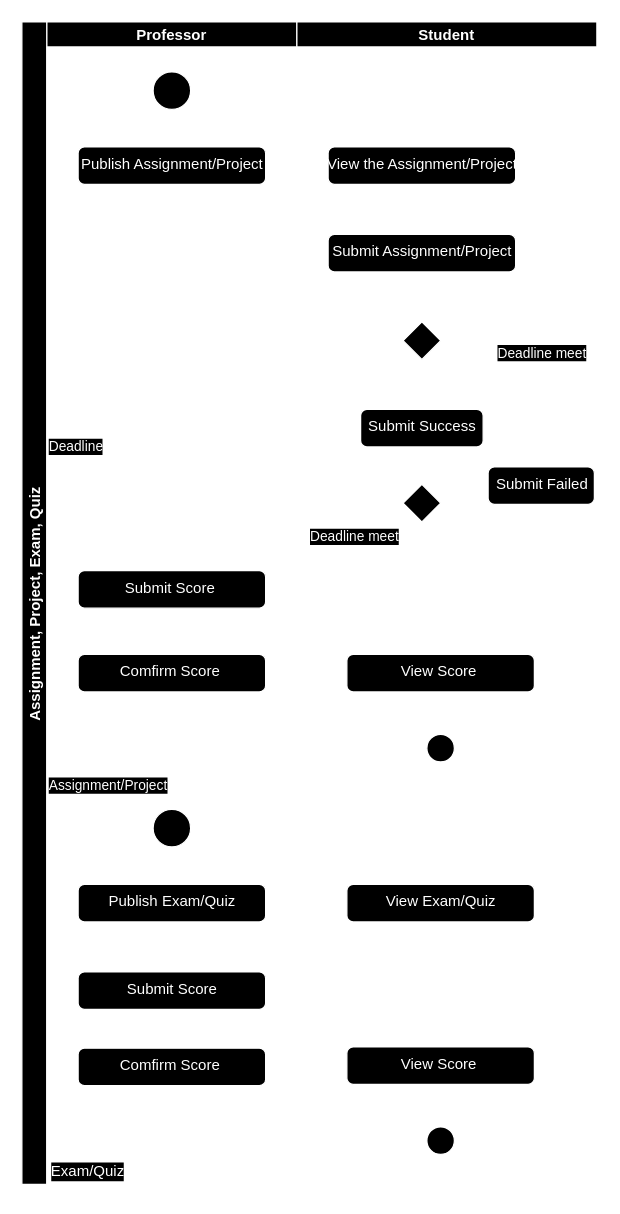
Above: Web/ManagementSystem/Backend/doc/image/assignment.drawio in SolarSword/CourseProject (draw.io), before the change. Source tidied: cells renumbered, new cells numbered last; positions are measured from the earlier drawing's top-left corner, leaving out a move shared by most shapes. Both pictures are drawn from the tidied source at 125%, with x=0, y=0 at pixel (21, 21).
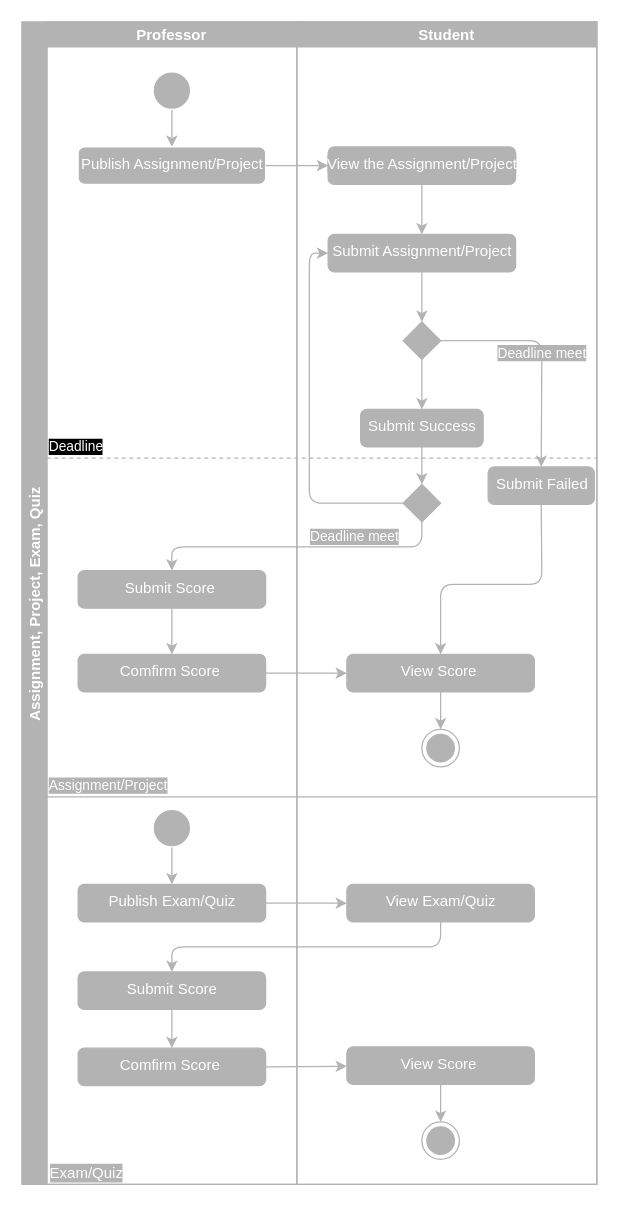
After the change.

Commit message (it also covers changes not shown here):
change the flow chart

The edit, as a diff of the source:
```diff
@@
-    <mxCell id="2" value="Assignment, Project, Exam, Quiz" style="swimlane;startSize=20;horizontal=0;fillColor=#000000;strokeColor=#FFFFFF;fontColor=#FFFFFF;" parent="1" vertex="1">
+    <mxCell id="2" value="Assignment, Project, Exam, Quiz" style="swimlane;startSize=20;horizontal=0;fillColor=#B3B3B3;strokeColor=#B3B3B3;fontColor=#FFFFFF;" parent="1" vertex="1">
       <mxGeometry width="460" height="930" as="geometry" />
     </mxCell>
-    <mxCell id="3" value="Professor" style="swimlane;startSize=20;fillColor=#000000;strokeColor=#FFFFFF;fontColor=#FFFFFF;" parent="2" vertex="1">
+    <mxCell id="3" value="Professor" style="swimlane;startSize=20;fillColor=#B3B3B3;strokeColor=#B3B3B3;fontColor=#FFFFFF;" parent="2" vertex="1">
       <mxGeometry x="20" width="200" height="930" as="geometry" />
     </mxCell>
-    <mxCell id="4" style="edgeStyle=none;html=1;exitX=0.5;exitY=1;exitDx=0;exitDy=0;entryX=0.5;entryY=0;entryDx=0;entryDy=0;fontColor=#FFFFFF;strokeColor=#FFFFFF;" parent="3" edge="1" source="5" target="6">
+    <mxCell id="4" style="edgeStyle=none;html=1;exitX=0.5;exitY=1;exitDx=0;exitDy=0;entryX=0.5;entryY=0;entryDx=0;entryDy=0;fontColor=#FFFFFF;strokeColor=#B3B3B3;labelBackgroundColor=#B3B3B3;" parent="3" edge="1" source="5" target="6">
       <mxGeometry relative="1" as="geometry" />
     </mxCell>
-    <mxCell id="5" style="ellipse;fillColor=#000000;fontColor=#FFFFFF;strokeColor=#FFFFFF;" parent="3" vertex="1">
+    <mxCell id="5" style="ellipse;fillColor=#B3B3B3;fontColor=#FFFFFF;strokeColor=#FFFFFF;labelBackgroundColor=#B3B3B3;" parent="3" vertex="1">
       <mxGeometry x="85" y="40" width="30" height="30" as="geometry" />
     </mxCell>
-    <mxCell id="6" value="Publish Assignment/Project" style="html=1;align=center;verticalAlign=top;rounded=1;absoluteArcSize=1;arcSize=10;dashed=0;fillColor=#000000;fontColor=#FFFFFF;strokeColor=#FFFFFF;" parent="3" vertex="1">
+    <mxCell id="6" value="Publish Assignment/Project" style="html=1;align=center;verticalAlign=top;rounded=1;absoluteArcSize=1;arcSize=10;dashed=0;fillColor=#B3B3B3;fontColor=#FFFFFF;strokeColor=#FFFFFF;labelBackgroundColor=#B3B3B3;" parent="3" vertex="1">
       <mxGeometry x="25" y="100" width="150" height="30" as="geometry" />
     </mxCell>
-    <mxCell id="7" style="edgeStyle=none;html=1;exitX=0.5;exitY=1;exitDx=0;exitDy=0;entryX=0.5;entryY=0;entryDx=0;entryDy=0;fontColor=#FFFFFF;strokeColor=#FFFFFF;" parent="3" edge="1" source="8" target="9">
+    <mxCell id="7" style="edgeStyle=none;html=1;exitX=0.5;exitY=1;exitDx=0;exitDy=0;entryX=0.5;entryY=0;entryDx=0;entryDy=0;fontColor=#FFFFFF;strokeColor=#B3B3B3;" parent="3" edge="1" source="8" target="9">
       <mxGeometry relative="1" as="geometry" />
     </mxCell>
-    <mxCell id="8" value="Submit Score&amp;nbsp;" style="html=1;align=center;verticalAlign=top;rounded=1;absoluteArcSize=1;arcSize=10;dashed=0;fillColor=#000000;fontColor=#FFFFFF;strokeColor=#FFFFFF;" parent="3" vertex="1">
+    <mxCell id="8" value="Submit Score&amp;nbsp;" style="html=1;align=center;verticalAlign=top;rounded=1;absoluteArcSize=1;arcSize=10;dashed=0;fillColor=#B3B3B3;fontColor=#FFFFFF;strokeColor=#B3B3B3;labelBackgroundColor=#B3B3B3;" parent="3" vertex="1">
       <mxGeometry x="25" y="439" width="150" height="30" as="geometry" />
     </mxCell>
-    <mxCell id="9" value="Comfirm Score&amp;nbsp;" style="html=1;align=center;verticalAlign=top;rounded=1;absoluteArcSize=1;arcSize=10;dashed=0;fillColor=#000000;strokeColor=#FFFFFF;fontColor=#FFFFFF;" parent="3" vertex="1">
+    <mxCell id="9" value="Comfirm Score&amp;nbsp;" style="html=1;align=center;verticalAlign=top;rounded=1;absoluteArcSize=1;arcSize=10;dashed=0;fillColor=#B3B3B3;strokeColor=#B3B3B3;fontColor=#FFFFFF;" parent="3" vertex="1">
       <mxGeometry x="25" y="506" width="150" height="30" as="geometry" />
     </mxCell>
-    <mxCell id="10" value="Assignment/Project" style="html=1;verticalAlign=bottom;labelBackgroundColor=#000000;endArrow=none;endFill=0;endSize=6;align=left;fontColor=#FFFFFF;strokeColor=#FFFFFF;" parent="3" edge="1">
+    <mxCell id="10" value="Assignment/Project" style="html=1;verticalAlign=bottom;labelBackgroundColor=#B3B3B3;endArrow=none;endFill=0;endSize=6;align=left;fontColor=#FFFFFF;strokeColor=#B3B3B3;" parent="3" edge="1">
       <mxGeometry x="-1" relative="1" as="geometry">
         <mxPoint y="620" as="sourcePoint" />
         <mxPoint x="440" y="620" as="targetPoint" />
       </mxGeometry>
     </mxCell>
-    <mxCell id="11" style="edgeStyle=none;html=1;exitX=0.5;exitY=1;exitDx=0;exitDy=0;entryX=0.5;entryY=0;entryDx=0;entryDy=0;strokeColor=#FFFFFF;fontColor=#FFFFFF;" parent="3" edge="1" source="12" target="13">
+    <mxCell id="11" style="edgeStyle=none;html=1;exitX=0.5;exitY=1;exitDx=0;exitDy=0;entryX=0.5;entryY=0;entryDx=0;entryDy=0;strokeColor=#B3B3B3;fontColor=#FFFFFF;" parent="3" edge="1" source="12" target="13">
       <mxGeometry relative="1" as="geometry" />
     </mxCell>
-    <mxCell id="12" style="ellipse;strokeColor=#FFFFFF;fillColor=#000000;fontColor=#FFFFFF;" parent="3" vertex="1">
+    <mxCell id="12" style="ellipse;strokeColor=#FFFFFF;fillColor=#B3B3B3;fontColor=#FFFFFF;" parent="3" vertex="1">
       <mxGeometry x="85" y="630" width="30" height="30" as="geometry" />
     </mxCell>
-    <mxCell id="13" value="Publish Exam/Quiz" style="html=1;align=center;verticalAlign=top;rounded=1;absoluteArcSize=1;arcSize=10;dashed=0;fillColor=#000000;strokeColor=#FFFFFF;fontColor=#FFFFFF;" parent="3" vertex="1">
+    <mxCell id="13" value="Publish Exam/Quiz" style="html=1;align=center;verticalAlign=top;rounded=1;absoluteArcSize=1;arcSize=10;dashed=0;fillColor=#B3B3B3;strokeColor=#B3B3B3;fontColor=#FFFFFF;" parent="3" vertex="1">
       <mxGeometry x="25" y="690" width="150" height="30" as="geometry" />
     </mxCell>
-    <mxCell id="14" style="edgeStyle=none;html=1;exitX=0.5;exitY=1;exitDx=0;exitDy=0;entryX=0.5;entryY=0;entryDx=0;entryDy=0;strokeColor=#FFFFFF;fontColor=#FFFFFF;" parent="3" edge="1" source="15" target="16">
+    <mxCell id="14" style="edgeStyle=none;html=1;exitX=0.5;exitY=1;exitDx=0;exitDy=0;entryX=0.5;entryY=0;entryDx=0;entryDy=0;strokeColor=#B3B3B3;fontColor=#FFFFFF;" parent="3" edge="1" source="15" target="16">
       <mxGeometry relative="1" as="geometry" />
     </mxCell>
-    <mxCell id="15" value="Submit Score" style="html=1;align=center;verticalAlign=top;rounded=1;absoluteArcSize=1;arcSize=10;dashed=0;fillColor=#000000;strokeColor=#FFFFFF;fontColor=#FFFFFF;" parent="3" vertex="1">
+    <mxCell id="15" value="Submit Score" style="html=1;align=center;verticalAlign=top;rounded=1;absoluteArcSize=1;arcSize=10;dashed=0;fillColor=#B3B3B3;strokeColor=#B3B3B3;fontColor=#FFFFFF;" parent="3" vertex="1">
       <mxGeometry x="25" y="760" width="150" height="30" as="geometry" />
     </mxCell>
-    <mxCell id="16" value="Comfirm Score&amp;nbsp;" style="html=1;align=center;verticalAlign=top;rounded=1;absoluteArcSize=1;arcSize=10;dashed=0;fillColor=#000000;strokeColor=#FFFFFF;fontColor=#FFFFFF;" parent="3" vertex="1">
+    <mxCell id="16" value="Comfirm Score&amp;nbsp;" style="html=1;align=center;verticalAlign=top;rounded=1;absoluteArcSize=1;arcSize=10;dashed=0;fillColor=#B3B3B3;strokeColor=#B3B3B3;fontColor=#FFFFFF;" parent="3" vertex="1">
       <mxGeometry x="25" y="821" width="150" height="30" as="geometry" />
     </mxCell>
-    <mxCell id="17" value="Exam/Quiz" style="text;html=1;strokeColor=none;fillColor=none;align=center;verticalAlign=middle;whiteSpace=wrap;rounded=0;labelBackgroundColor=#000000;fontColor=#FFFFFF;" parent="3" vertex="1">
-      <mxGeometry x="3" y="905" width="60" height="30" as="geometry" />
+    <mxCell id="17" value="Exam/Quiz" style="text;html=1;strokeColor=none;fillColor=none;align=center;verticalAlign=middle;whiteSpace=wrap;rounded=0;labelBackgroundColor=#B3B3B3;fontColor=#FFFFFF;" parent="3" vertex="1">
+      <mxGeometry x="2" y="906" width="60" height="30" as="geometry" />
     </mxCell>
-    <mxCell id="18" style="edgeStyle=none;html=1;exitX=1;exitY=0.5;exitDx=0;exitDy=0;entryX=0;entryY=0.5;entryDx=0;entryDy=0;fontColor=#FFFFFF;strokeColor=#FFFFFF;" parent="2" edge="1" source="6" target="22">
+    <mxCell id="18" style="edgeStyle=none;html=1;exitX=1;exitY=0.5;exitDx=0;exitDy=0;entryX=0;entryY=0.5;entryDx=0;entryDy=0;fontColor=#FFFFFF;strokeColor=#B3B3B3;labelBackgroundColor=#B3B3B3;" parent="2" edge="1" source="6" target="22">
       <mxGeometry relative="1" as="geometry" />
     </mxCell>
-    <mxCell id="19" style="edgeStyle=none;html=1;exitX=1;exitY=0.5;exitDx=0;exitDy=0;entryX=0;entryY=0.5;entryDx=0;entryDy=0;fontColor=#FFFFFF;strokeColor=#FFFFFF;" parent="2" edge="1" source="9" target="33">
+    <mxCell id="19" style="edgeStyle=none;html=1;exitX=1;exitY=0.5;exitDx=0;exitDy=0;entryX=0;entryY=0.5;entryDx=0;entryDy=0;fontColor=#FFFFFF;strokeColor=#B3B3B3;" parent="2" edge="1" source="9" target="33">
       <mxGeometry relative="1" as="geometry" />
     </mxCell>
-    <mxCell id="20" value="Student" style="swimlane;startSize=20;fillColor=#000000;strokeColor=#FFFFFF;fontColor=#FFFFFF;" parent="2" vertex="1">
+    <mxCell id="20" value="Student" style="swimlane;startSize=20;fillColor=#B3B3B3;strokeColor=#B3B3B3;fontColor=#FFFFFF;" parent="2" vertex="1">
       <mxGeometry x="220" width="240" height="930" as="geometry" />
     </mxCell>
-    <mxCell id="21" style="edgeStyle=none;html=1;exitX=0.5;exitY=1;exitDx=0;exitDy=0;entryX=0.5;entryY=0;entryDx=0;entryDy=0;fontColor=#FFFFFF;strokeColor=#FFFFFF;" parent="20" edge="1" source="22" target="24">
+    <mxCell id="21" style="edgeStyle=none;html=1;exitX=0.5;exitY=1;exitDx=0;exitDy=0;entryX=0.5;entryY=0;entryDx=0;entryDy=0;fontColor=#FFFFFF;strokeColor=#B3B3B3;labelBackgroundColor=#B3B3B3;" parent="20" edge="1" source="22" target="24">
       <mxGeometry relative="1" as="geometry" />
     </mxCell>
-    <mxCell id="22" value="View the Assignment/Project" style="html=1;align=center;verticalAlign=top;rounded=1;absoluteArcSize=1;arcSize=10;dashed=0;fillColor=#000000;fontColor=#FFFFFF;strokeColor=#FFFFFF;" parent="20" vertex="1">
+    <mxCell id="22" value="View the Assignment/Project" style="html=1;align=center;verticalAlign=top;rounded=1;absoluteArcSize=1;arcSize=10;dashed=0;fillColor=#B3B3B3;fontColor=#FFFFFF;strokeColor=#B3B3B3;labelBackgroundColor=#B3B3B3;" parent="20" vertex="1">
       <mxGeometry x="25" y="100" width="150" height="30" as="geometry" />
     </mxCell>
-    <mxCell id="23" style="edgeStyle=none;html=1;exitX=0.5;exitY=1;exitDx=0;exitDy=0;entryX=0.5;entryY=0;entryDx=0;entryDy=0;fontColor=#FFFFFF;strokeColor=#FFFFFF;" parent="20" edge="1" source="24" target="27">
+    <mxCell id="23" style="edgeStyle=none;html=1;exitX=0.5;exitY=1;exitDx=0;exitDy=0;entryX=0.5;entryY=0;entryDx=0;entryDy=0;fontColor=#FFFFFF;strokeColor=#B3B3B3;labelBackgroundColor=#B3B3B3;" parent="20" edge="1" source="24" target="27">
       <mxGeometry relative="1" as="geometry" />
     </mxCell>
-    <mxCell id="24" value="Submit Assignment/Project" style="html=1;align=center;verticalAlign=top;rounded=1;absoluteArcSize=1;arcSize=10;dashed=0;fillColor=#000000;fontColor=#FFFFFF;strokeColor=#FFFFFF;" parent="20" vertex="1">
+    <mxCell id="24" value="Submit Assignment/Project" style="html=1;align=center;verticalAlign=top;rounded=1;absoluteArcSize=1;arcSize=10;dashed=0;fillColor=#B3B3B3;fontColor=#FFFFFF;strokeColor=#B3B3B3;labelBackgroundColor=#B3B3B3;" parent="20" vertex="1">
       <mxGeometry x="25" y="170" width="150" height="30" as="geometry" />
     </mxCell>
-    <mxCell id="25" value="Deadline meet" style="edgeStyle=none;html=1;exitX=1;exitY=0.5;exitDx=0;exitDy=0;entryX=0.5;entryY=0;entryDx=0;entryDy=0;fontColor=#FFFFFF;fillColor=none;labelBackgroundColor=#000000;strokeColor=#FFFFFF;" parent="20" edge="1" source="27" target="29">
+    <mxCell id="25" value="Deadline meet" style="edgeStyle=none;html=1;exitX=1;exitY=0.5;exitDx=0;exitDy=0;entryX=0.5;entryY=0;entryDx=0;entryDy=0;fontColor=#FFFFFF;fillColor=none;labelBackgroundColor=#B3B3B3;strokeColor=#B3B3B3;" parent="20" edge="1" source="27" target="29">
       <mxGeometry relative="1" as="geometry">
         <Array as="points">
           <mxPoint x="196" y="255" />
         </Array>
       </mxGeometry>
     </mxCell>
-    <mxCell id="26" style="edgeStyle=none;html=1;exitX=0.5;exitY=1;exitDx=0;exitDy=0;entryX=0.5;entryY=0;entryDx=0;entryDy=0;fontColor=#FFFFFF;strokeColor=#FFFFFF;" parent="20" edge="1" source="27" target="31">
+    <mxCell id="26" style="edgeStyle=none;html=1;exitX=0.5;exitY=1;exitDx=0;exitDy=0;entryX=0.5;entryY=0;entryDx=0;entryDy=0;fontColor=#FFFFFF;strokeColor=#B3B3B3;labelBackgroundColor=#B3B3B3;" parent="20" edge="1" source="27" target="31">
       <mxGeometry relative="1" as="geometry" />
     </mxCell>
-    <mxCell id="27" style="rhombus;fillColor=#000000;strokeColor=#FFFFFF;" parent="20" vertex="1">
+    <mxCell id="27" style="rhombus;fillColor=#B3B3B3;strokeColor=#B3B3B3;labelBackgroundColor=#B3B3B3;" parent="20" vertex="1">
       <mxGeometry x="85" y="240" width="30" height="30" as="geometry" />
     </mxCell>
-    <mxCell id="28" style="edgeStyle=none;html=1;exitX=0.5;exitY=1;exitDx=0;exitDy=0;entryX=0.5;entryY=0;entryDx=0;entryDy=0;fontColor=#FFFFFF;strokeColor=#FFFFFF;" parent="20" edge="1" source="29" target="33">
+    <mxCell id="28" style="edgeStyle=none;html=1;exitX=0.5;exitY=1;exitDx=0;exitDy=0;entryX=0.5;entryY=0;entryDx=0;entryDy=0;fontColor=#FFFFFF;strokeColor=#B3B3B3;" parent="20" edge="1" source="29" target="33">
       <mxGeometry relative="1" as="geometry">
         <Array as="points">
           <mxPoint x="196" y="450" />
           <mxPoint x="115" y="450" />
         </Array>
       </mxGeometry>
     </mxCell>
-    <mxCell id="29" value="Submit Failed" style="html=1;align=center;verticalAlign=top;rounded=1;absoluteArcSize=1;arcSize=10;dashed=0;fillColor=#000000;fontColor=#FFFFFF;strokeColor=#FFFFFF;" parent="20" vertex="1">
+    <mxCell id="29" value="Submit Failed" style="html=1;align=center;verticalAlign=top;rounded=1;absoluteArcSize=1;arcSize=10;dashed=0;fillColor=#B3B3B3;fontColor=#FFFFFF;strokeColor=#B3B3B3;" parent="20" vertex="1">
       <mxGeometry x="153" y="356" width="85" height="30" as="geometry" />
     </mxCell>
-    <mxCell id="30" style="edgeStyle=none;html=1;exitX=0.5;exitY=1;exitDx=0;exitDy=0;entryX=0.5;entryY=0;entryDx=0;entryDy=0;fontColor=#FFFFFF;strokeColor=#FFFFFF;" parent="20" edge="1" source="31" target="36">
+    <mxCell id="30" style="edgeStyle=none;html=1;exitX=0.5;exitY=1;exitDx=0;exitDy=0;entryX=0.5;entryY=0;entryDx=0;entryDy=0;fontColor=#FFFFFF;strokeColor=#B3B3B3;labelBackgroundColor=#B3B3B3;" parent="20" edge="1" source="31" target="36">
       <mxGeometry relative="1" as="geometry" />
     </mxCell>
-    <mxCell id="31" value="Submit Success" style="html=1;align=center;verticalAlign=top;rounded=1;absoluteArcSize=1;arcSize=10;dashed=0;fillColor=#000000;fontColor=#FFFFFF;strokeColor=#FFFFFF;" parent="20" vertex="1">
+    <mxCell id="31" value="Submit Success" style="html=1;align=center;verticalAlign=top;rounded=1;absoluteArcSize=1;arcSize=10;dashed=0;fillColor=#B3B3B3;fontColor=#FFFFFF;strokeColor=#B3B3B3;labelBackgroundColor=#B3B3B3;" parent="20" vertex="1">
       <mxGeometry x="51" y="310" width="98" height="30" as="geometry" />
     </mxCell>
-    <mxCell id="32" style="edgeStyle=none;html=1;exitX=0.5;exitY=1;exitDx=0;exitDy=0;entryX=0.5;entryY=0;entryDx=0;entryDy=0;fontColor=#FFFFFF;strokeColor=#FFFFFF;" parent="20" edge="1" source="33" target="34">
+    <mxCell id="32" style="edgeStyle=none;html=1;exitX=0.5;exitY=1;exitDx=0;exitDy=0;entryX=0.5;entryY=0;entryDx=0;entryDy=0;fontColor=#FFFFFF;strokeColor=#B3B3B3;" parent="20" edge="1" source="33" target="34">
       <mxGeometry relative="1" as="geometry" />
     </mxCell>
-    <mxCell id="33" value="View Score&amp;nbsp;" style="html=1;align=center;verticalAlign=top;rounded=1;absoluteArcSize=1;arcSize=10;dashed=0;fillColor=#000000;fontColor=#FFFFFF;strokeColor=#FFFFFF;" parent="20" vertex="1">
+    <mxCell id="33" value="View Score&amp;nbsp;" style="html=1;align=center;verticalAlign=top;rounded=1;absoluteArcSize=1;arcSize=10;dashed=0;fillColor=#B3B3B3;fontColor=#FFFFFF;strokeColor=#B3B3B3;" parent="20" vertex="1">
       <mxGeometry x="40" y="506" width="150" height="30" as="geometry" />
     </mxCell>
-    <mxCell id="34" style="ellipse;html=1;shape=endState;fillColor=#000000;strokeColor=#FFFFFF;" parent="20" vertex="1">
+    <mxCell id="34" style="ellipse;html=1;shape=endState;fillColor=#B3B3B3;strokeColor=#B3B3B3;" parent="20" vertex="1">
       <mxGeometry x="100" y="566" width="30" height="30" as="geometry" />
     </mxCell>
-    <mxCell id="35" style="edgeStyle=none;html=1;exitX=0;exitY=0.5;exitDx=0;exitDy=0;entryX=0;entryY=0.5;entryDx=0;entryDy=0;fontColor=#FFFFFF;strokeColor=#FFFFFF;" parent="20" edge="1" source="36" target="24">
+    <mxCell id="35" style="edgeStyle=none;html=1;exitX=0;exitY=0.5;exitDx=0;exitDy=0;entryX=0;entryY=0.5;entryDx=0;entryDy=0;fontColor=#FFFFFF;strokeColor=#B3B3B3;labelBackgroundColor=#B3B3B3;" parent="20" edge="1" source="36" target="24">
       <mxGeometry relative="1" as="geometry">
         <Array as="points">
           <mxPoint x="10" y="385" />
           <mxPoint x="10" y="185" />
         </Array>
       </mxGeometry>
     </mxCell>
-    <mxCell id="36" style="rhombus;fillColor=#000000;strokeColor=#FFFFFF;" parent="20" vertex="1">
+    <mxCell id="36" style="rhombus;fillColor=#B3B3B3;strokeColor=#B3B3B3;labelBackgroundColor=#B3B3B3;" parent="20" vertex="1">
       <mxGeometry x="85" y="370" width="30" height="30" as="geometry" />
     </mxCell>
-    <mxCell id="37" value="View Exam/Quiz" style="html=1;align=center;verticalAlign=top;rounded=1;absoluteArcSize=1;arcSize=10;dashed=0;fillColor=#000000;strokeColor=#FFFFFF;fontColor=#FFFFFF;" parent="20" vertex="1">
+    <mxCell id="37" value="View Exam/Quiz" style="html=1;align=center;verticalAlign=top;rounded=1;absoluteArcSize=1;arcSize=10;dashed=0;fillColor=#B3B3B3;strokeColor=#B3B3B3;fontColor=#FFFFFF;" parent="20" vertex="1">
       <mxGeometry x="40" y="690" width="150" height="30" as="geometry" />
     </mxCell>
-    <mxCell id="38" style="edgeStyle=none;html=1;exitX=0.5;exitY=1;exitDx=0;exitDy=0;entryX=0.5;entryY=0;entryDx=0;entryDy=0;strokeColor=#FFFFFF;fontColor=#FFFFFF;" parent="20" edge="1" source="39" target="40">
+    <mxCell id="38" style="edgeStyle=none;html=1;exitX=0.5;exitY=1;exitDx=0;exitDy=0;entryX=0.5;entryY=0;entryDx=0;entryDy=0;strokeColor=#B3B3B3;fontColor=#FFFFFF;" parent="20" edge="1" source="39" target="40">
       <mxGeometry relative="1" as="geometry" />
     </mxCell>
-    <mxCell id="39" value="View Score&amp;nbsp;" style="html=1;align=center;verticalAlign=top;rounded=1;absoluteArcSize=1;arcSize=10;dashed=0;fillColor=#000000;fontColor=#FFFFFF;strokeColor=#FFFFFF;" parent="20" vertex="1">
+    <mxCell id="39" value="View Score&amp;nbsp;" style="html=1;align=center;verticalAlign=top;rounded=1;absoluteArcSize=1;arcSize=10;dashed=0;fillColor=#B3B3B3;fontColor=#FFFFFF;strokeColor=#B3B3B3;" parent="20" vertex="1">
       <mxGeometry x="40" y="820" width="150" height="30" as="geometry" />
     </mxCell>
-    <mxCell id="40" style="ellipse;html=1;shape=endState;fillColor=#000000;strokeColor=#FFFFFF;" parent="20" vertex="1">
+    <mxCell id="40" style="ellipse;html=1;shape=endState;fillColor=#B3B3B3;strokeColor=#B3B3B3;" parent="20" vertex="1">
       <mxGeometry x="100" y="880" width="30" height="30" as="geometry" />
     </mxCell>
-    <mxCell id="41" style="edgeStyle=none;html=1;exitX=0.5;exitY=1;exitDx=0;exitDy=0;entryX=0.5;entryY=0;entryDx=0;entryDy=0;fontColor=#FFFFFF;fillColor=none;strokeColor=#FFFFFF;labelBackgroundColor=#000000;" parent="2" edge="1" source="36" target="8">
+    <mxCell id="41" style="edgeStyle=none;html=1;exitX=0.5;exitY=1;exitDx=0;exitDy=0;entryX=0.5;entryY=0;entryDx=0;entryDy=0;fontColor=#FFFFFF;fillColor=none;strokeColor=#B3B3B3;labelBackgroundColor=#B3B3B3;" parent="2" edge="1" source="36" target="8">
       <mxGeometry relative="1" as="geometry">
         <Array as="points">
           <mxPoint x="320" y="420" />
           <mxPoint x="120" y="420" />
         </Array>
       </mxGeometry>
     </mxCell>
-    <mxCell id="42" value="Deadline meet" style="edgeLabel;html=1;align=center;verticalAlign=bottom;fontColor=#FFFFFF;labelBackgroundColor=#000000;" parent="41" vertex="1">
+    <mxCell id="42" value="Deadline meet" style="edgeLabel;html=1;align=center;verticalAlign=bottom;fontColor=#FFFFFF;labelBackgroundColor=#B3B3B3;" parent="41" vertex="1">
       <mxGeometry x="-0.37" relative="1" as="geometry" />
     </mxCell>
-    <mxCell id="43" style="edgeStyle=none;html=1;exitX=1;exitY=0.5;exitDx=0;exitDy=0;entryX=0;entryY=0.5;entryDx=0;entryDy=0;strokeColor=#FFFFFF;fontColor=#FFFFFF;" parent="2" edge="1" source="13" target="37">
+    <mxCell id="43" style="edgeStyle=none;html=1;exitX=1;exitY=0.5;exitDx=0;exitDy=0;entryX=0;entryY=0.5;entryDx=0;entryDy=0;strokeColor=#B3B3B3;fontColor=#FFFFFF;" parent="2" edge="1" source="13" target="37">
       <mxGeometry relative="1" as="geometry" />
     </mxCell>
-    <mxCell id="44" style="edgeStyle=none;html=1;exitX=0.5;exitY=1;exitDx=0;exitDy=0;entryX=0.5;entryY=0;entryDx=0;entryDy=0;strokeColor=#FFFFFF;fontColor=#FFFFFF;" parent="2" edge="1" source="37" target="15">
+    <mxCell id="44" style="edgeStyle=none;html=1;exitX=0.5;exitY=1;exitDx=0;exitDy=0;entryX=0.5;entryY=0;entryDx=0;entryDy=0;strokeColor=#B3B3B3;fontColor=#FFFFFF;" parent="2" edge="1" source="37" target="15">
       <mxGeometry relative="1" as="geometry">
         <Array as="points">
           <mxPoint x="335" y="740" />
           <mxPoint x="120" y="740" />
         </Array>
       </mxGeometry>
     </mxCell>
-    <mxCell id="45" style="edgeStyle=none;html=1;exitX=1;exitY=0.5;exitDx=0;exitDy=0;strokeColor=#FFFFFF;fontColor=#FFFFFF;" parent="2" edge="1" source="16" target="39">
+    <mxCell id="45" style="edgeStyle=none;html=1;exitX=1;exitY=0.5;exitDx=0;exitDy=0;strokeColor=#B3B3B3;fontColor=#FFFFFF;" parent="2" edge="1" source="16" target="39">
       <mxGeometry relative="1" as="geometry" />
     </mxCell>
-    <mxCell id="46" value="Deadline" style="html=1;verticalAlign=bottom;labelBackgroundColor=#000000;endArrow=none;endFill=0;endSize=6;align=left;fontColor=#FFFFFF;dashed=1;strokeColor=#FFFFFF;" parent="1" edge="1">
+    <mxCell id="46" value="Deadline" style="html=1;verticalAlign=bottom;labelBackgroundColor=#000000;endArrow=none;endFill=0;endSize=6;align=left;fontColor=#FFFFFF;dashed=1;strokeColor=#B3B3B3;" parent="1" edge="1">
       <mxGeometry x="-1" relative="1" as="geometry">
         <mxPoint x="20" y="349" as="sourcePoint" />
         <mxPoint x="460" y="349" as="targetPoint" />
       </mxGeometry>
     </mxCell>
```
